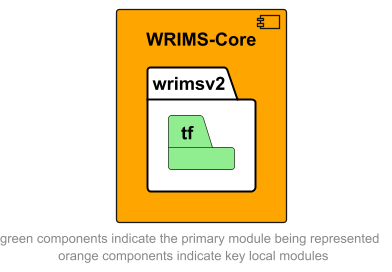
CentralValleyModeling/wrims-engine keeps this PlantUML diagram as docs/diagrams/wrims-core/wrims-core_tf.png. Above is the earlier version.
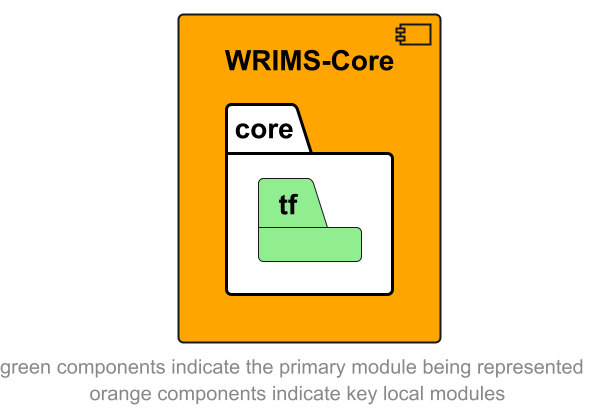
Above is the later version.

The edit, as a diff of the source:
```diff
@@ -3,7 +3,7 @@
 skinparam linetype ortho
 
 component wrims_core as "WRIMS-Core" #orange {
-    package wrimsv2 #white {
+    package core #white {
         package tf #lightgreen
     }
 }
```
